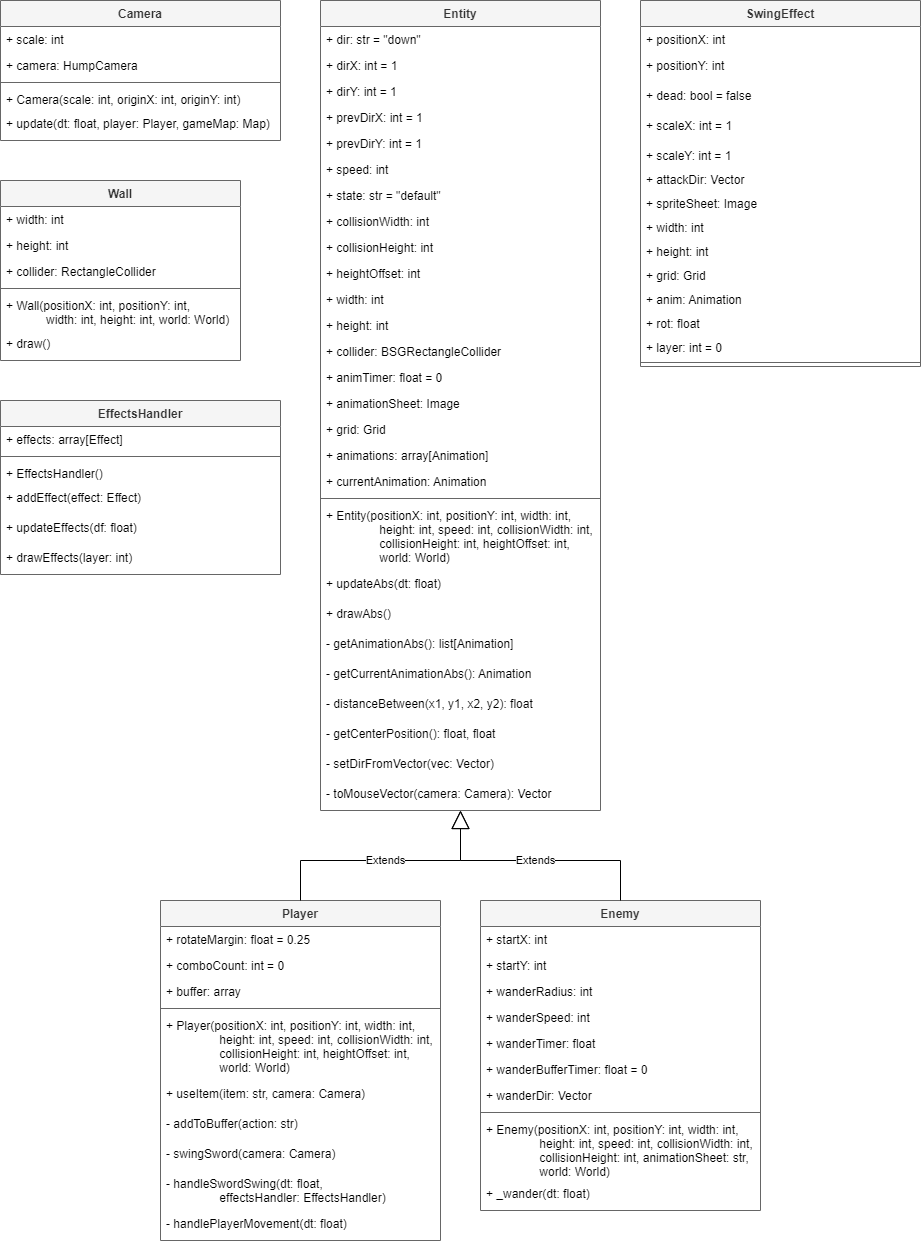
The draw.io diagram docs/class-diagram.drawio.png in Perla-Al-Haddad/HeartOfWoodland, before a commit. Source tidied: cells renumbered, new cells last; positions are measured from the earlier drawing's top-left corner, leaving out a move shared by most shapes.
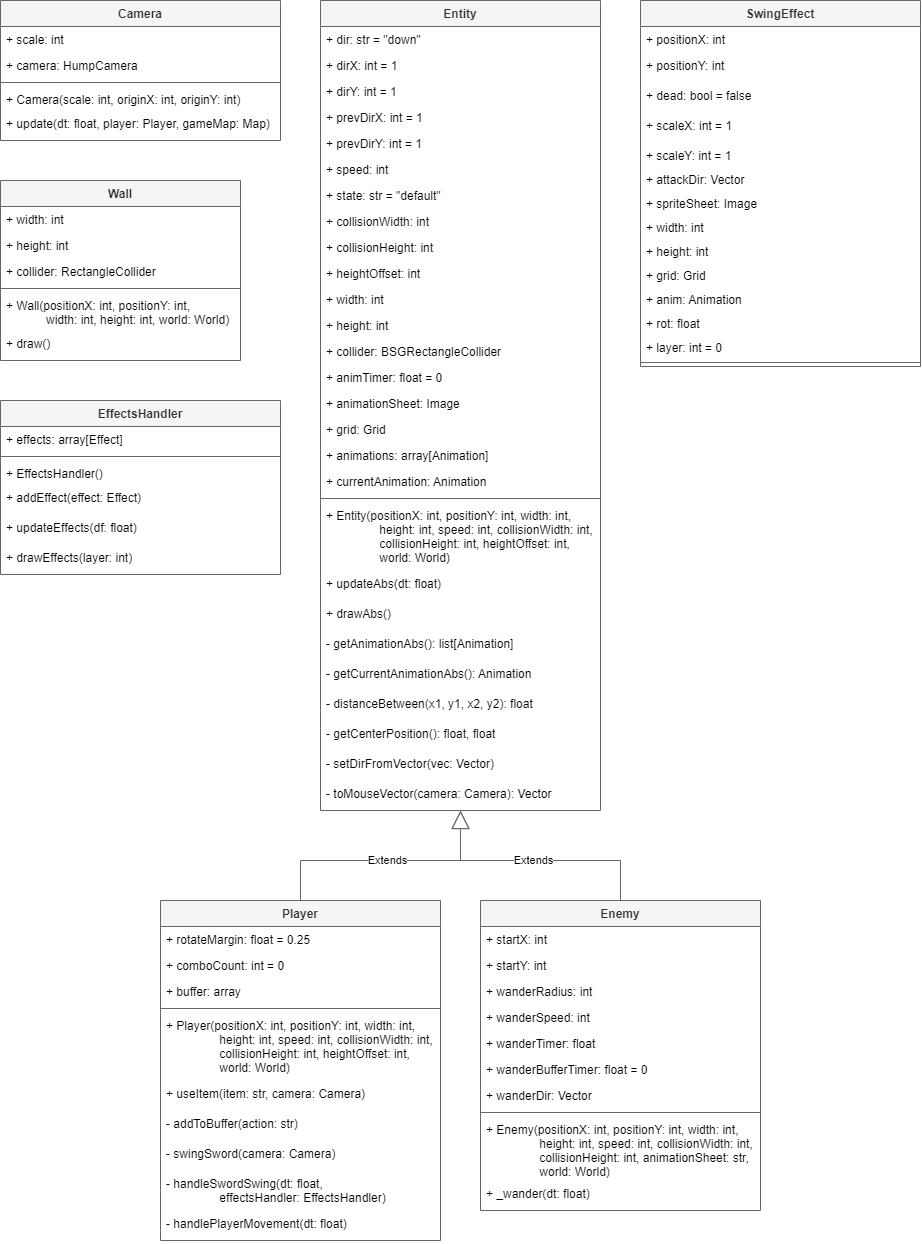
The same file after the commit.

What changed in the source:
```diff
@@ -227,7 +227,7 @@
     <mxCell id="76" value="- handlePlayerMovement(dt: float)" style="text;strokeColor=none;fillColor=none;align=left;verticalAlign=top;spacingLeft=4;spacingRight=4;overflow=hidden;fontColor=#000000;" parent="66" vertex="1">
       <mxGeometry y="310" width="280" height="30" as="geometry" />
     </mxCell>
-    <mxCell id="77" value="Extends" style="endArrow=block;endSize=16;endFill=0;html=1;edgeStyle=orthogonalEdgeStyle;rounded=0;" parent="1" edge="1" source="66" target="30">
+    <mxCell id="77" value="Extends" style="endArrow=block;endSize=16;endFill=0;html=1;edgeStyle=orthogonalEdgeStyle;rounded=0;fillColor=#f5f5f5;strokeColor=#666666;" parent="1" edge="1" source="66" target="30">
       <mxGeometry relative="1" as="geometry">
         <Array as="points">
           <mxPoint x="300" y="860" />
@@ -268,7 +268,7 @@
     <mxCell id="88" value="+ _wander(dt: float)" style="text;strokeColor=none;fillColor=none;align=left;verticalAlign=top;spacingLeft=4;spacingRight=4;overflow=hidden;fontColor=#000000;" parent="78" vertex="1">
       <mxGeometry y="280" width="280" height="30" as="geometry" />
     </mxCell>
-    <mxCell id="89" value="Extends" style="endArrow=block;endSize=16;endFill=0;html=1;edgeStyle=orthogonalEdgeStyle;rounded=0;" parent="1" edge="1" source="78" target="30">
+    <mxCell id="89" value="Extends" style="endArrow=block;endSize=16;endFill=0;html=1;edgeStyle=orthogonalEdgeStyle;rounded=0;fillColor=#f5f5f5;strokeColor=#666666;" parent="1" edge="1" source="78" target="30">
       <mxGeometry relative="1" as="geometry">
         <Array as="points">
           <mxPoint x="620" y="860" />
```
